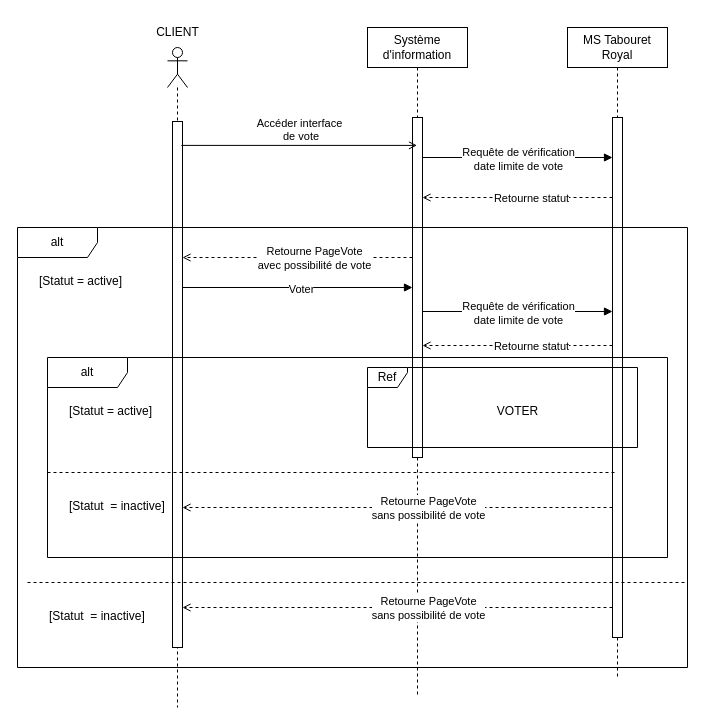
Earlier version of the draw.io diagram page "DS-VOTER" (4 of 10) of Diagramme tabouret royal.drawio (Kaji17/Diagramme-UML). Source tidied: cells renumbered, new cells numbered last; positions are measured from the earlier drawing's top-left corner, leaving out a move shared by most shapes. Both pictures are drawn from the tidied source at 100%, with x=0, y=0 at pixel (17, 17).
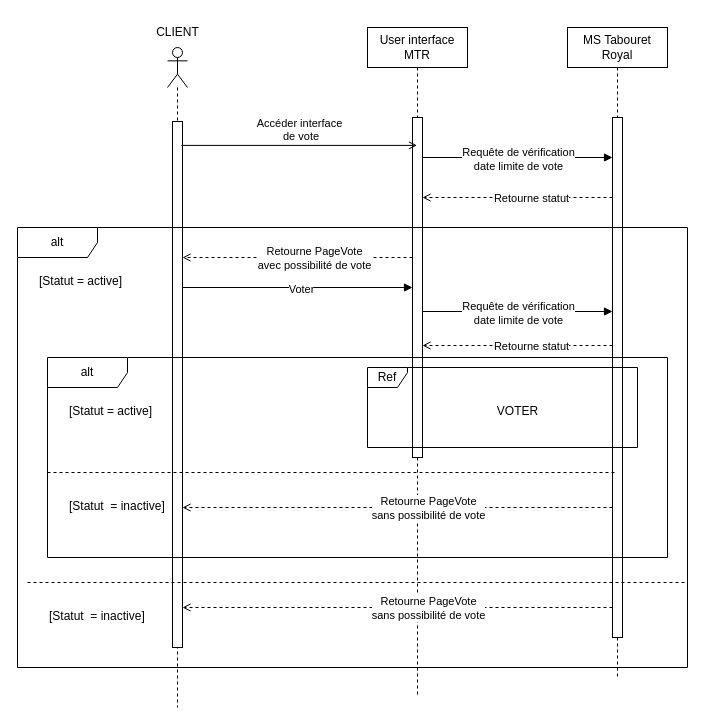
Above is the later version.

The edit, as a diff of the source:
```diff
@@
-    <mxCell id="5" value="Système d'information" style="shape=umlLifeline;perimeter=lifelinePerimeter;whiteSpace=wrap;html=1;newEdgeStyle={&quot;edgeStyle&quot;:&quot;elbowEdgeStyle&quot;,&quot;elbow&quot;:&quot;vertical&quot;,&quot;curved&quot;:0,&quot;rounded&quot;:0};" parent="1" vertex="1">
+    <mxCell id="5" value="User interface MTR" style="shape=umlLifeline;perimeter=lifelinePerimeter;whiteSpace=wrap;html=1;newEdgeStyle={&quot;edgeStyle&quot;:&quot;elbowEdgeStyle&quot;,&quot;elbow&quot;:&quot;vertical&quot;,&quot;curved&quot;:0,&quot;rounded&quot;:0};" parent="1" vertex="1">
       <mxGeometry x="350" y="10" width="100" height="670" as="geometry" />
     </mxCell>
```
